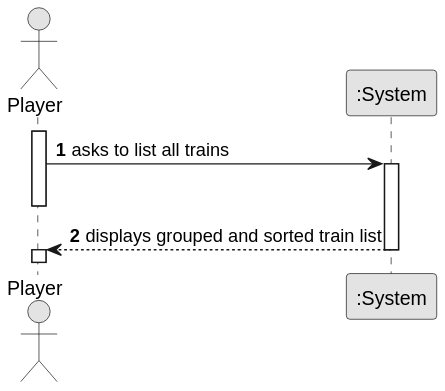
Above: docs/sprint1/us011/01.requirements-engineering/svg/us011-system-sequence-diagram.svg in ivasduarte/all-aboard (PlantUML), before the change.
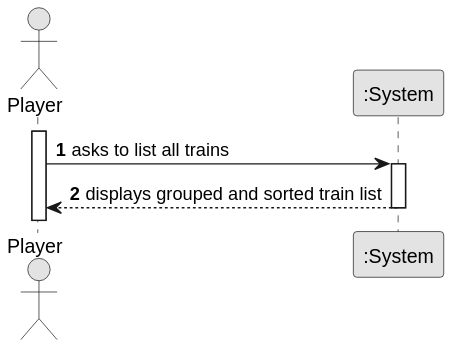
Later version of the same file.

The edit, as a diff of the source:
```diff
@@ -12,9 +12,7 @@
 
     Player -> System : asks to list all trains
     activate System
-    deactivate Player
 
     System --> Player : displays grouped and sorted train list
     deactivate System
-    activate Player
 @enduml
```
